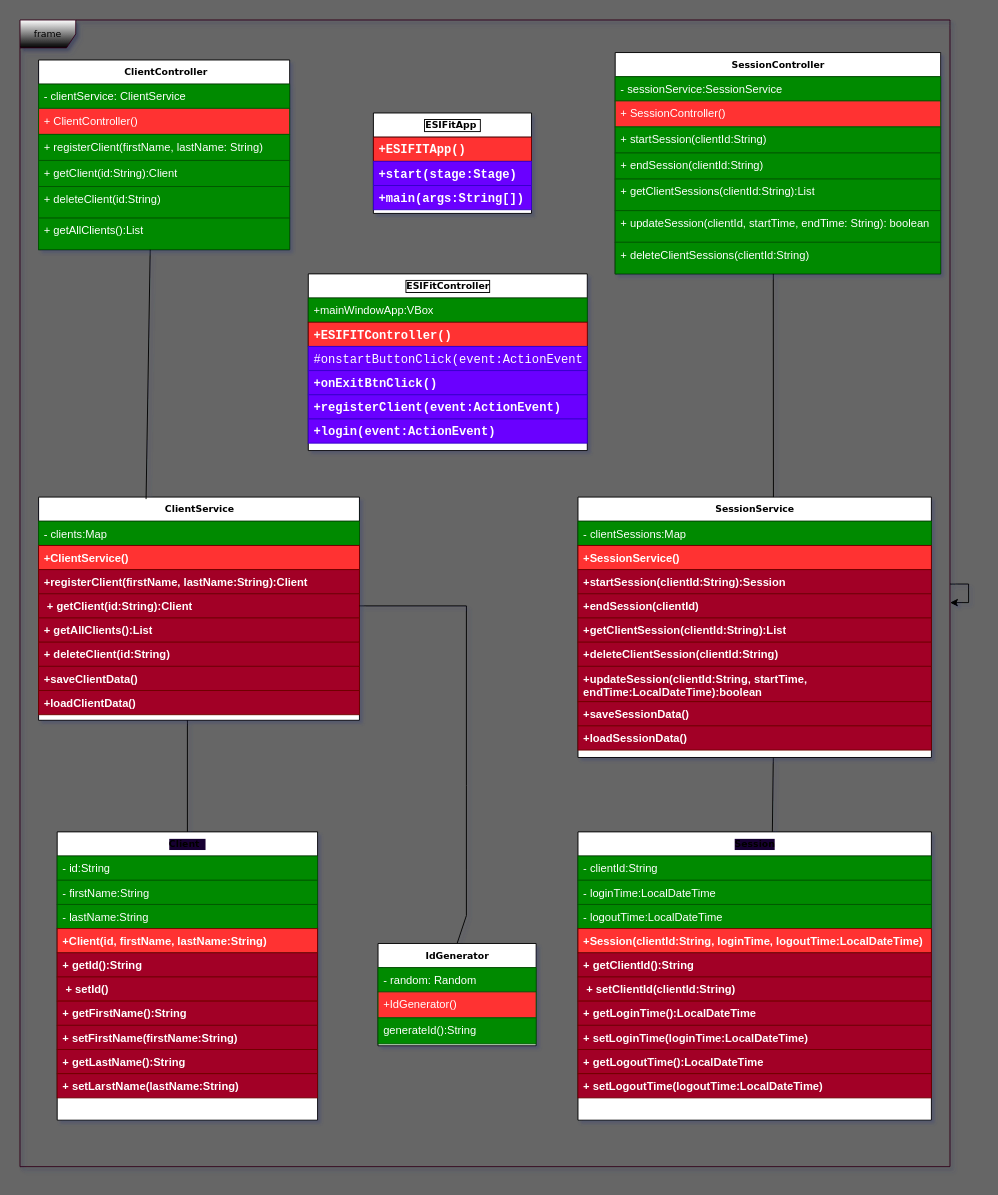
sofoste93/ESI-FIT-CLIENT-MANAGER keeps this draw.io diagram as page "Page-1" (1 of 2) of ESI-FIT.drawio. Above is the earlier version. Source tidied: cells renumbered, new cells numbered last; positions are measured from the earlier drawing's top-left corner, leaving out a move shared by most shapes. Both pictures are drawn from the tidied source at 93%, with x=0, y=0 at pixel (20, 20).
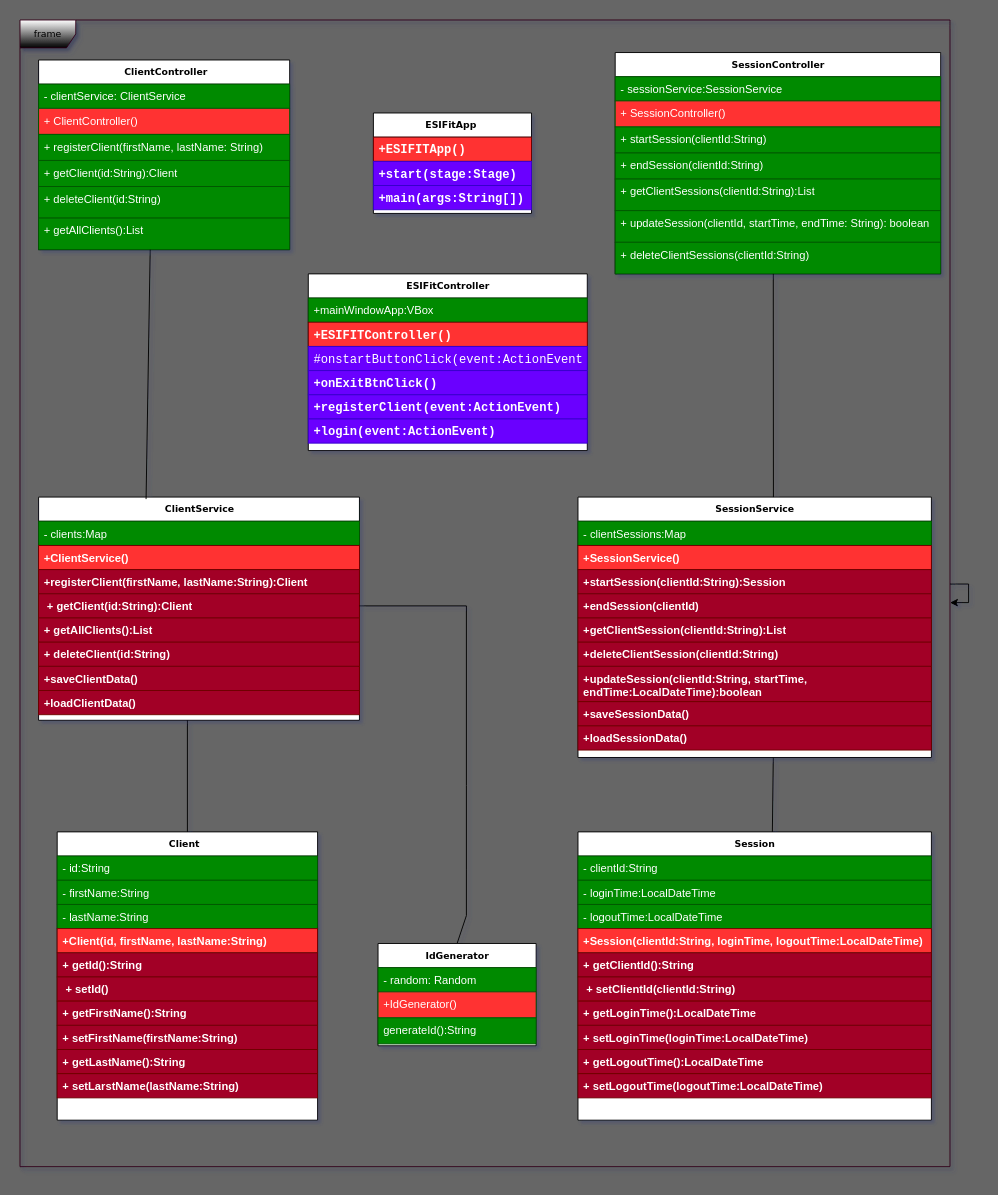
The same diagram, later.

Change to the diagram source:
```diff
@@
-    <mxCell id="3" value="ESIFitApp&amp;nbsp;" style="swimlane;html=1;fontStyle=1;horizontal=1;startSize=26;swimlaneFillColor=#ffffff;rounded=0;shadow=0;comic=0;labelBackgroundColor=none;strokeWidth=1;fontFamily=Verdana;fontSize=10;align=center;labelBorderColor=#000000;" parent="1" vertex="1">
+    <mxCell id="3" value="ESIFitApp&amp;nbsp;" style="swimlane;html=1;fontStyle=1;horizontal=1;startSize=26;swimlaneFillColor=#ffffff;rounded=0;shadow=0;comic=0;labelBackgroundColor=none;strokeWidth=1;fontFamily=Verdana;fontSize=10;align=center;labelBorderColor=none;" parent="1" vertex="1">
       <mxGeometry x="380" y="100" width="170" height="108" as="geometry" />
     </mxCell>
@@
-    <mxCell id="23" value="Client&amp;nbsp;&amp;nbsp;" style="swimlane;html=1;fontStyle=1;horizontal=1;startSize=26;swimlaneFillColor=#ffffff;rounded=0;shadow=0;comic=0;labelBackgroundColor=#190033;strokeWidth=1;fontFamily=Verdana;fontSize=10;align=center;" parent="1" vertex="1">
+    <mxCell id="23" value="Client&amp;nbsp;&amp;nbsp;" style="swimlane;html=1;fontStyle=1;horizontal=1;startSize=26;swimlaneFillColor=#ffffff;rounded=0;shadow=0;comic=0;labelBackgroundColor=none;strokeWidth=1;fontFamily=Verdana;fontSize=10;align=center;" parent="1" vertex="1">
       <mxGeometry x="40" y="873" width="280" height="310" as="geometry" />
     </mxCell>
@@
-    <mxCell id="43" value="Session" style="swimlane;html=1;fontStyle=1;horizontal=1;startSize=26;swimlaneFillColor=#ffffff;rounded=0;shadow=0;comic=0;labelBackgroundColor=#190033;strokeWidth=1;fontFamily=Verdana;fontSize=10;align=center;" parent="1" vertex="1">
+    <mxCell id="43" value="Session" style="swimlane;html=1;fontStyle=1;horizontal=1;startSize=26;swimlaneFillColor=#ffffff;rounded=0;shadow=0;comic=0;labelBackgroundColor=none;strokeWidth=1;fontFamily=Verdana;fontSize=10;align=center;" parent="1" vertex="1">
       <mxGeometry x="600" y="873" width="380" height="310" as="geometry" />
     </mxCell>
@@
-    <mxCell id="68" value="ESIFitController" style="swimlane;html=1;fontStyle=1;horizontal=1;startSize=26;swimlaneFillColor=#ffffff;rounded=0;shadow=0;comic=0;labelBackgroundColor=none;strokeWidth=1;fontFamily=Verdana;fontSize=10;align=center;labelBorderColor=#000000;" parent="1" vertex="1">
+    <mxCell id="68" value="ESIFitController" style="swimlane;html=1;fontStyle=1;horizontal=1;startSize=26;swimlaneFillColor=#ffffff;rounded=0;shadow=0;comic=0;labelBackgroundColor=none;strokeWidth=1;fontFamily=Verdana;fontSize=10;align=center;labelBorderColor=none;" parent="1" vertex="1">
       <mxGeometry x="310" y="273" width="300" height="190" as="geometry" />
     </mxCell>
```
